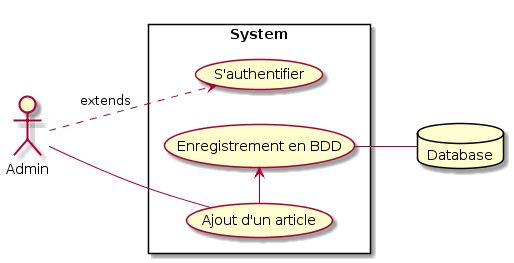
The PlantUML diagram Diagrammes/UseCaseAjoutArticle.png in thomas75019/blog-p5, before a commit.
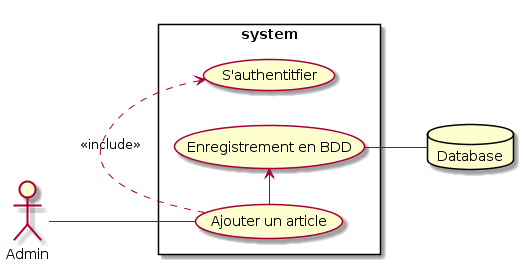
The same file after the commit.

Diff of the diagram source:
```diff
@@ -3,10 +3,11 @@
 skinparam packageStyle rectangle
 actor Admin
 database Database
-rectangle System {
-Admin .> (S'authentifier) : extends
-Admin -- (Ajout d'un article)
-(Ajout d'un article) -> (Enregistrement en BDD)
+rectangle system {
+ Admin -- (Ajouter un article)
+(Ajouter un article) .> (S'authentitfier) : <<include>>
+(Ajouter un article) -> (Enregistrement en BDD)
 (Enregistrement en BDD) -- Database
+
 }
-@enduml
+@endum
```
